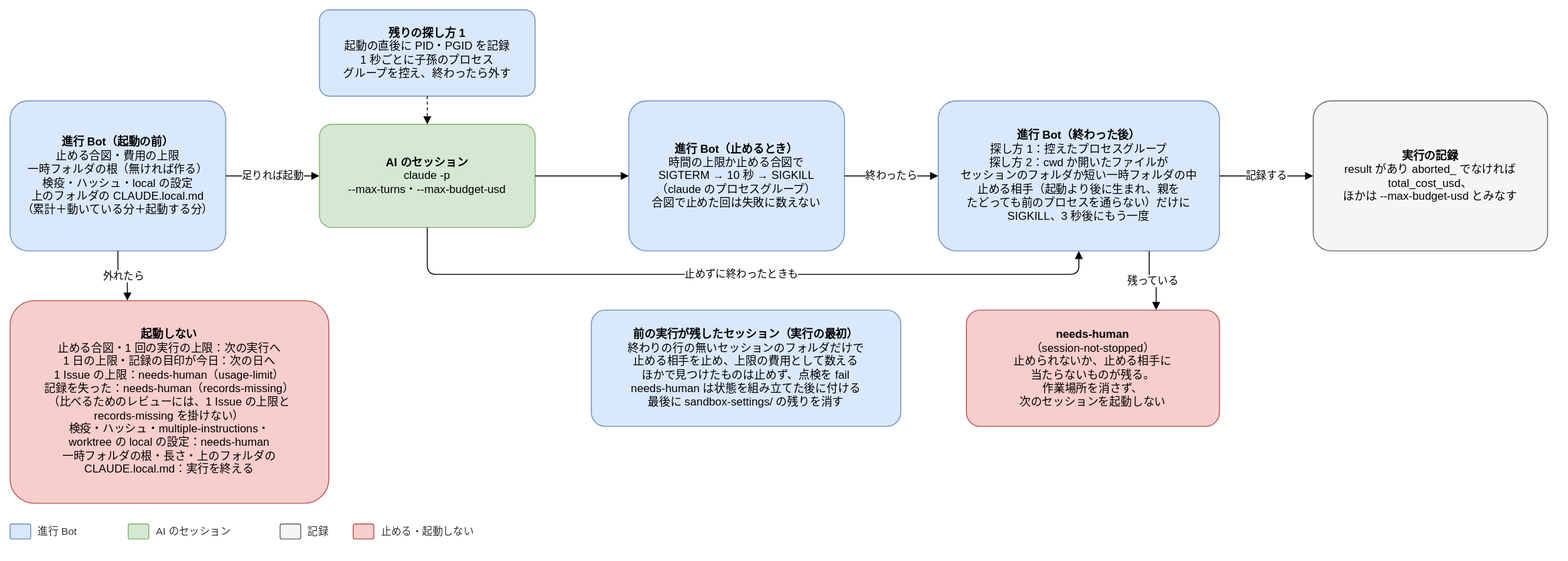
Before: docs/design/basic/diagrams/03-stop-and-usage.drawio.svg, a diagram exported from draw.io (Joymerrevent/dev-autopilot). Source tidied: cells renumbered, new cells last; positions are measured from the earlier drawing's top-left corner, leaving out a move shared by most shapes.
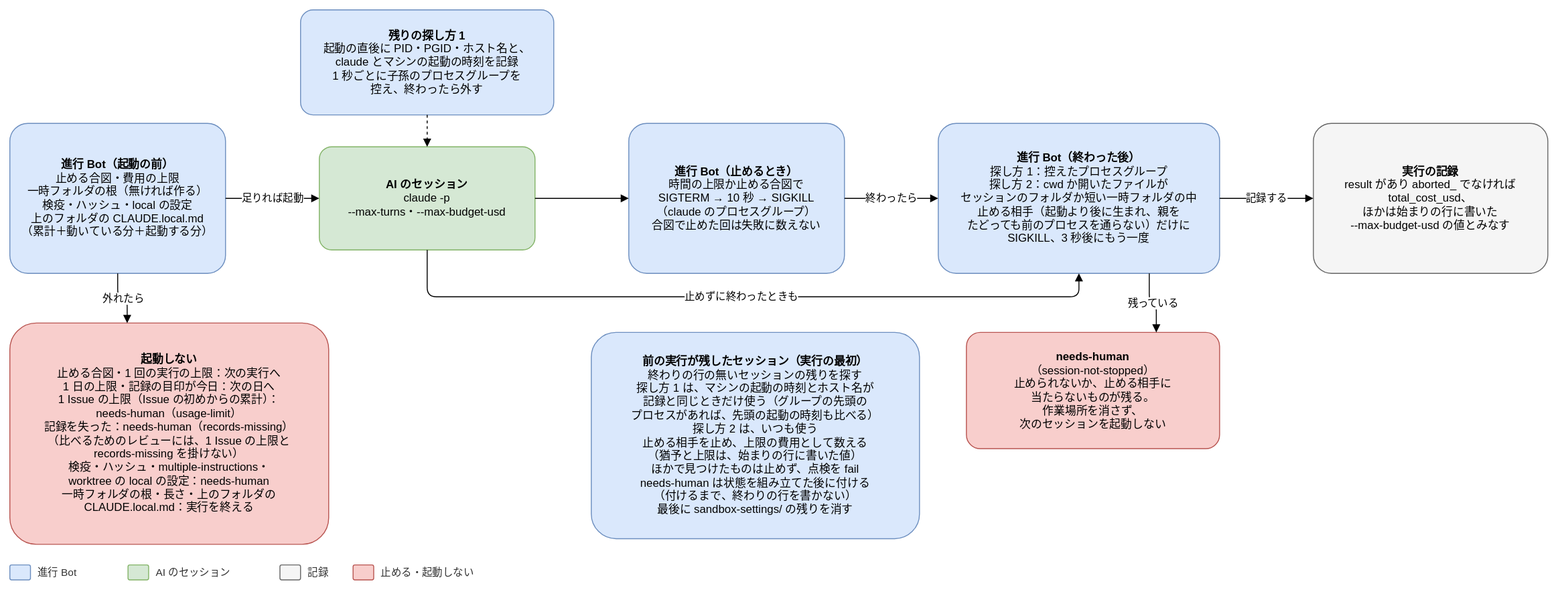
Later version of the same file.

Change to the diagram source:
```diff
@@ -3,28 +3,28 @@
     <mxCell id="0" />
     <mxCell id="1" parent="0" />
     <mxCell id="2" value="&lt;b&gt;進行 Bot（起動の前）&lt;/b&gt;&lt;br&gt;止める合図・費用の上限&lt;br&gt;一時フォルダの根（無ければ作る）&lt;br&gt;検疫・ハッシュ・local の設定&lt;br&gt;上のフォルダの CLAUDE.local.md&lt;br&gt;（累計＋動いている分＋起動する分）" style="rounded=1;whiteSpace=wrap;html=1;fontSize=12;arcSize=12;spacing=12;fillColor=#dae8fc;strokeColor=#6c8ebf;" parent="1" vertex="1">
-      <mxGeometry y="97" width="230" height="160" as="geometry" />
+      <mxGeometry y="121" width="230" height="160" as="geometry" />
     </mxCell>
     <mxCell id="3" value="&lt;b&gt;AI のセッション&lt;/b&gt;&lt;br&gt;claude -p&lt;br&gt;--max-turns・--max-budget-usd" style="rounded=1;whiteSpace=wrap;html=1;fontSize=12;arcSize=12;spacing=12;fillColor=#d5e8d4;strokeColor=#82b366;" parent="1" vertex="1">
-      <mxGeometry x="330" y="122" width="230" height="110" as="geometry" />
+      <mxGeometry x="330" y="146" width="230" height="110" as="geometry" />
     </mxCell>
     <mxCell id="4" value="足りれば起動" style="edgeStyle=orthogonalEdgeStyle;rounded=1;html=1;endArrow=block;endFill=1;fontSize=11;labelBackgroundColor=#ffffff;exitX=1;exitY=0.5;exitDx=0;exitDy=0;entryX=0;entryY=0.5;entryDx=0;entryDy=0;" parent="1" edge="1" source="2" target="3">
       <mxGeometry relative="1" as="geometry" />
     </mxCell>
-    <mxCell id="5" value="&lt;b&gt;残りの探し方 1&lt;/b&gt;&lt;br&gt;起動の直後に PID・PGID を記録&lt;br&gt;1 秒ごとに子孫のプロセス&lt;br&gt;グループを控え、終わったら外す" style="rounded=1;whiteSpace=wrap;html=1;fontSize=12;arcSize=12;spacing=12;fillColor=#dae8fc;strokeColor=#6c8ebf;" parent="1" vertex="1">
-      <mxGeometry x="330" width="230" height="92" as="geometry" />
+    <mxCell id="5" value="&lt;b&gt;残りの探し方 1&lt;/b&gt;&lt;br&gt;起動の直後に PID・PGID・ホスト名と、&lt;br&gt;claude とマシンの起動の時刻を記録&lt;br&gt;1 秒ごとに子孫のプロセスグループを&lt;br&gt;控え、終わったら外す" style="rounded=1;whiteSpace=wrap;html=1;fontSize=12;arcSize=12;spacing=12;fillColor=#dae8fc;strokeColor=#6c8ebf;" parent="1" vertex="1">
+      <mxGeometry x="310" width="270" height="112" as="geometry" />
     </mxCell>
     <mxCell id="6" style="edgeStyle=orthogonalEdgeStyle;rounded=1;html=1;endArrow=block;endFill=1;fontSize=11;labelBackgroundColor=#ffffff;dashed=1;exitX=0.5;exitY=1;exitDx=0;exitDy=0;entryX=0.5;entryY=0;entryDx=0;entryDy=0;" parent="1" edge="1" source="5" target="3">
       <mxGeometry relative="1" as="geometry" />
     </mxCell>
     <mxCell id="7" value="&lt;b&gt;進行 Bot（止めるとき）&lt;/b&gt;&lt;br&gt;時間の上限か止める合図で&lt;br&gt;SIGTERM → 10 秒 → SIGKILL&lt;br&gt;（claude のプロセスグループ）&lt;br&gt;合図で止めた回は失敗に数えない" style="rounded=1;whiteSpace=wrap;html=1;fontSize=12;arcSize=12;spacing=12;fillColor=#dae8fc;strokeColor=#6c8ebf;" parent="1" vertex="1">
-      <mxGeometry x="660" y="97" width="230" height="160" as="geometry" />
+      <mxGeometry x="660" y="121" width="230" height="160" as="geometry" />
     </mxCell>
     <mxCell id="8" style="edgeStyle=orthogonalEdgeStyle;rounded=1;html=1;endArrow=block;endFill=1;fontSize=11;labelBackgroundColor=#ffffff;exitX=1;exitY=0.5;exitDx=0;exitDy=0;entryX=0;entryY=0.5;entryDx=0;entryDy=0;" parent="1" edge="1" source="3" target="7">
       <mxGeometry relative="1" as="geometry" />
     </mxCell>
     <mxCell id="9" value="&lt;b&gt;進行 Bot（終わった後）&lt;/b&gt;&lt;br&gt;探し方 1：控えたプロセスグループ&lt;br&gt;探し方 2：cwd か開いたファイルが&lt;br&gt;セッションのフォルダか短い一時フォルダの中&lt;br&gt;止める相手（起動より後に生まれ、親を&lt;br&gt;たどっても前のプロセスを通らない）だけに&lt;br&gt;SIGKILL、3 秒後にもう一度" style="rounded=1;whiteSpace=wrap;html=1;fontSize=12;arcSize=12;spacing=12;fillColor=#dae8fc;strokeColor=#6c8ebf;" parent="1" vertex="1">
-      <mxGeometry x="990" y="97" width="300" height="160" as="geometry" />
+      <mxGeometry x="990" y="121" width="300" height="160" as="geometry" />
     </mxCell>
     <mxCell id="10" value="終わったら" style="edgeStyle=orthogonalEdgeStyle;rounded=1;html=1;endArrow=block;endFill=1;fontSize=11;labelBackgroundColor=#ffffff;exitX=1;exitY=0.5;exitDx=0;exitDy=0;entryX=0;entryY=0.5;entryDx=0;entryDy=0;" parent="1" edge="1" source="7" target="9">
       <mxGeometry relative="1" as="geometry" />
@@ -32,55 +32,55 @@
     <mxCell id="11" value="止めずに終わったときも" style="edgeStyle=orthogonalEdgeStyle;rounded=1;html=1;endArrow=block;endFill=1;fontSize=11;labelBackgroundColor=#ffffff;exitX=0.5;exitY=1;exitDx=0;exitDy=0;entryX=0.5;entryY=1;entryDx=0;entryDy=0;" parent="1" edge="1" source="3" target="9">
       <mxGeometry relative="1" as="geometry">
         <Array as="points">
-          <mxPoint x="445" y="282" />
-          <mxPoint x="1140" y="282" />
+          <mxPoint x="445" y="306" />
+          <mxPoint x="1140" y="306" />
         </Array>
       </mxGeometry>
     </mxCell>
-    <mxCell id="12" value="&lt;b&gt;実行の記録&lt;/b&gt;&lt;br&gt;result があり aborted_ でなければ&lt;br&gt;total_cost_usd、&lt;br&gt;ほかは --max-budget-usd とみなす" style="rounded=1;whiteSpace=wrap;html=1;fontSize=12;arcSize=12;spacing=12;fillColor=#f5f5f5;strokeColor=#666666;" parent="1" vertex="1">
-      <mxGeometry x="1390" y="97" width="250" height="160" as="geometry" />
+    <mxCell id="12" value="&lt;b&gt;実行の記録&lt;/b&gt;&lt;br&gt;result があり aborted_ でなければ&lt;br&gt;total_cost_usd、&lt;br&gt;ほかは始まりの行に書いた&lt;br&gt;--max-budget-usd の値とみなす" style="rounded=1;whiteSpace=wrap;html=1;fontSize=12;arcSize=12;spacing=12;fillColor=#f5f5f5;strokeColor=#666666;" parent="1" vertex="1">
+      <mxGeometry x="1390" y="121" width="250" height="160" as="geometry" />
     </mxCell>
     <mxCell id="13" value="記録する" style="edgeStyle=orthogonalEdgeStyle;rounded=1;html=1;endArrow=block;endFill=1;fontSize=11;labelBackgroundColor=#ffffff;exitX=1;exitY=0.5;exitDx=0;exitDy=0;entryX=0;entryY=0.5;entryDx=0;entryDy=0;" parent="1" edge="1" source="9" target="12">
       <mxGeometry relative="1" as="geometry" />
     </mxCell>
     <mxCell id="14" value="&lt;b&gt;needs-human&lt;/b&gt;&lt;br&gt;（session-not-stopped）&lt;br&gt;止められないか、止める相手に&lt;br&gt;当たらないものが残る。&lt;br&gt;作業場所を消さず、&lt;br&gt;次のセッションを起動しない" style="rounded=1;whiteSpace=wrap;html=1;fontSize=12;arcSize=12;spacing=12;fillColor=#f8cecc;strokeColor=#b85450;" parent="1" vertex="1">
-      <mxGeometry x="1020" y="320" width="270" height="124" as="geometry" />
+      <mxGeometry x="1020" y="344" width="270" height="124" as="geometry" />
     </mxCell>
     <mxCell id="15" value="残っている" style="edgeStyle=orthogonalEdgeStyle;rounded=1;html=1;endArrow=block;endFill=1;fontSize=11;labelBackgroundColor=#ffffff;exitX=0.75;exitY=1;exitDx=0;exitDy=0;entryX=0.75;entryY=0;entryDx=0;entryDy=0;" parent="1" edge="1" source="9" target="14">
       <mxGeometry relative="1" as="geometry" />
     </mxCell>
-    <mxCell id="16" value="&lt;b&gt;起動しない&lt;/b&gt;&lt;br&gt;止める合図・1 回の実行の上限：次の実行へ&lt;br&gt;1 日の上限・記録の目印が今日：次の日へ&lt;br&gt;1 Issue の上限：needs-human（usage-limit）&lt;br&gt;記録を失った：needs-human（records-missing）&lt;br&gt;（比べるためのレビューには、1 Issue の上限と&lt;br&gt;records-missing を掛けない）&lt;br&gt;検疫・ハッシュ・multiple-instructions・&lt;br&gt;worktree の local の設定：needs-human&lt;br&gt;一時フォルダの根・長さ・上のフォルダの&lt;br&gt;CLAUDE.local.md：実行を終える" style="rounded=1;whiteSpace=wrap;html=1;fontSize=12;arcSize=12;spacing=12;fillColor=#f8cecc;strokeColor=#b85450;" parent="1" vertex="1">
-      <mxGeometry y="310" width="340" height="216" as="geometry" />
+    <mxCell id="16" value="&lt;b&gt;起動しない&lt;/b&gt;&lt;br&gt;止める合図・1 回の実行の上限：次の実行へ&lt;br&gt;1 日の上限・記録の目印が今日：次の日へ&lt;br&gt;1 Issue の上限（Issue の初めからの累計）：&lt;br&gt;needs-human（usage-limit）&lt;br&gt;記録を失った：needs-human（records-missing）&lt;br&gt;（比べるためのレビューには、1 Issue の上限と&lt;br&gt;records-missing を掛けない）&lt;br&gt;検疫・ハッシュ・multiple-instructions・&lt;br&gt;worktree の local の設定：needs-human&lt;br&gt;一時フォルダの根・長さ・上のフォルダの&lt;br&gt;CLAUDE.local.md：実行を終える" style="rounded=1;whiteSpace=wrap;html=1;fontSize=12;arcSize=12;spacing=12;fillColor=#f8cecc;strokeColor=#b85450;" parent="1" vertex="1">
+      <mxGeometry y="334" width="340" height="236" as="geometry" />
     </mxCell>
     <mxCell id="17" value="外れたら" style="edgeStyle=orthogonalEdgeStyle;rounded=1;html=1;endArrow=block;endFill=1;fontSize=11;labelBackgroundColor=#ffffff;exitX=0.5;exitY=1;exitDx=0;exitDy=0;entryX=0.368;entryY=0;entryDx=0;entryDy=0;" parent="1" edge="1" source="2" target="16">
       <mxGeometry relative="1" as="geometry" />
     </mxCell>
     <mxCell id="18" style="rounded=1;whiteSpace=wrap;html=1;fontSize=12;arcSize=12;spacing=12;fillColor=#dae8fc;strokeColor=#6c8ebf;" parent="1" vertex="1">
-      <mxGeometry y="548" width="22" height="16" as="geometry" />
+      <mxGeometry y="592" width="22" height="16" as="geometry" />
     </mxCell>
     <mxCell id="19" value="進行 Bot" style="text;html=1;align=left;verticalAlign=middle;fontSize=11;fontColor=#333333;" parent="1" vertex="1">
-      <mxGeometry x="28" y="546" width="82" height="20" as="geometry" />
+      <mxGeometry x="28" y="590" width="82" height="20" as="geometry" />
     </mxCell>
     <mxCell id="20" style="rounded=1;whiteSpace=wrap;html=1;fontSize=12;arcSize=12;spacing=12;fillColor=#d5e8d4;strokeColor=#82b366;" parent="1" vertex="1">
-      <mxGeometry x="126" y="548" width="22" height="16" as="geometry" />
+      <mxGeometry x="126" y="592" width="22" height="16" as="geometry" />
     </mxCell>
     <mxCell id="21" value="AI のセッション" style="text;html=1;align=left;verticalAlign=middle;fontSize=11;fontColor=#333333;" parent="1" vertex="1">
-      <mxGeometry x="154" y="546" width="118" height="20" as="geometry" />
+      <mxGeometry x="154" y="590" width="118" height="20" as="geometry" />
     </mxCell>
     <mxCell id="22" style="rounded=1;whiteSpace=wrap;html=1;fontSize=12;arcSize=12;spacing=12;fillColor=#f5f5f5;strokeColor=#666666;" parent="1" vertex="1">
-      <mxGeometry x="288" y="548" width="22" height="16" as="geometry" />
+      <mxGeometry x="288" y="592" width="22" height="16" as="geometry" />
     </mxCell>
     <mxCell id="23" value="記録" style="text;html=1;align=left;verticalAlign=middle;fontSize=11;fontColor=#333333;" parent="1" vertex="1">
-      <mxGeometry x="316" y="546" width="34" height="20" as="geometry" />
+      <mxGeometry x="316" y="590" width="34" height="20" as="geometry" />
     </mxCell>
     <mxCell id="24" style="rounded=1;whiteSpace=wrap;html=1;fontSize=12;arcSize=12;spacing=12;fillColor=#f8cecc;strokeColor=#b85450;" parent="1" vertex="1">
-      <mxGeometry x="366" y="548" width="22" height="16" as="geometry" />
+      <mxGeometry x="366" y="592" width="22" height="16" as="geometry" />
     </mxCell>
     <mxCell id="25" value="止める・起動しない" style="text;html=1;align=left;verticalAlign=middle;fontSize=11;fontColor=#333333;" parent="1" vertex="1">
-      <mxGeometry x="394" y="546" width="118" height="20" as="geometry" />
+      <mxGeometry x="394" y="590" width="118" height="20" as="geometry" />
     </mxCell>
-    <mxCell id="26" value="&lt;b&gt;前の実行が残したセッション（実行の最初）&lt;/b&gt;&lt;br&gt;終わりの行の無いセッションのフォルダだけで&lt;br&gt;止める相手を止め、上限の費用として数える&lt;br&gt;ほかで見つけたものは止めず、点検を fail&lt;br&gt;needs-human は状態を組み立てた後に付ける&lt;br&gt;最後に sandbox-settings/ の残りを消す" style="rounded=1;whiteSpace=wrap;html=1;fontSize=12;arcSize=12;spacing=12;fillColor=#dae8fc;strokeColor=#6c8ebf;" parent="1" vertex="1">
-      <mxGeometry x="620" y="320" width="330" height="124" as="geometry" />
+    <mxCell id="26" value="&lt;b&gt;前の実行が残したセッション（実行の最初）&lt;/b&gt;&lt;br&gt;終わりの行の無いセッションの残りを探す&lt;br&gt;探し方 1 は、マシンの起動の時刻とホスト名が&lt;br&gt;記録と同じときだけ使う（グループの先頭の&lt;br&gt;プロセスがあれば、先頭の起動の時刻も比べる）&lt;br&gt;探し方 2 は、いつも使う&lt;br&gt;止める相手を止め、上限の費用として数える&lt;br&gt;（猶予と上限は、始まりの行に書いた値）&lt;br&gt;ほかで見つけたものは止めず、点検を fail&lt;br&gt;needs-human は状態を組み立てた後に付ける&lt;br&gt;（付けるまで、終わりの行を書かない）&lt;br&gt;最後に sandbox-settings/ の残りを消す" style="rounded=1;whiteSpace=wrap;html=1;fontSize=12;arcSize=12;spacing=12;fillColor=#dae8fc;strokeColor=#6c8ebf;" parent="1" vertex="1">
+      <mxGeometry x="620" y="344" width="350" height="220" as="geometry" />
     </mxCell>
   </root>
 </mxGraphModel>
```
